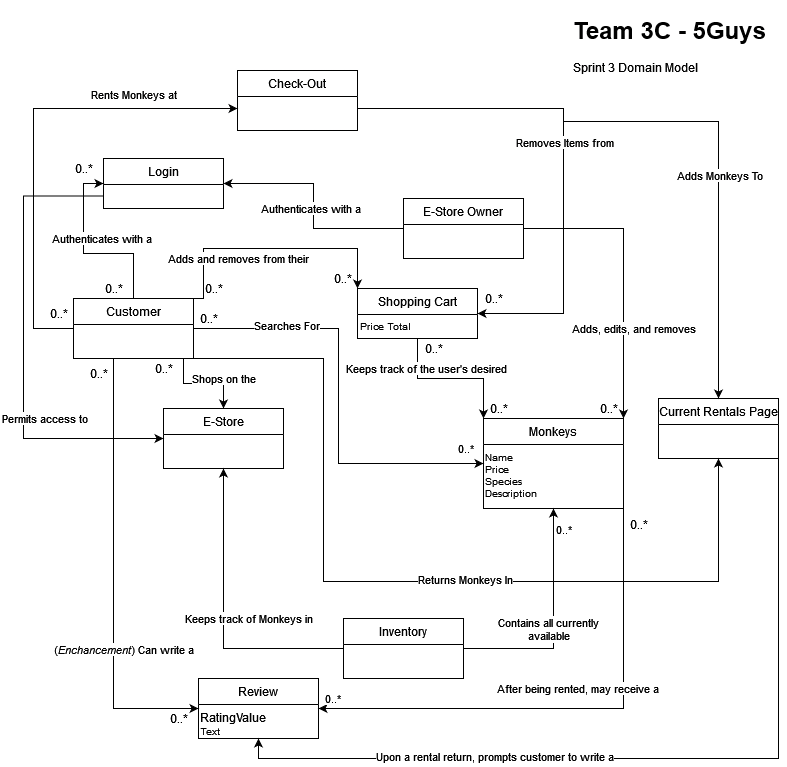
Before: docs/domain-model.png, a diagram exported from draw.io (awb8593/Monkey-Rental-Service). Source tidied: cells renumbered, new cells last; positions are measured from the earlier drawing's top-left corner, leaving out a move shared by most shapes.
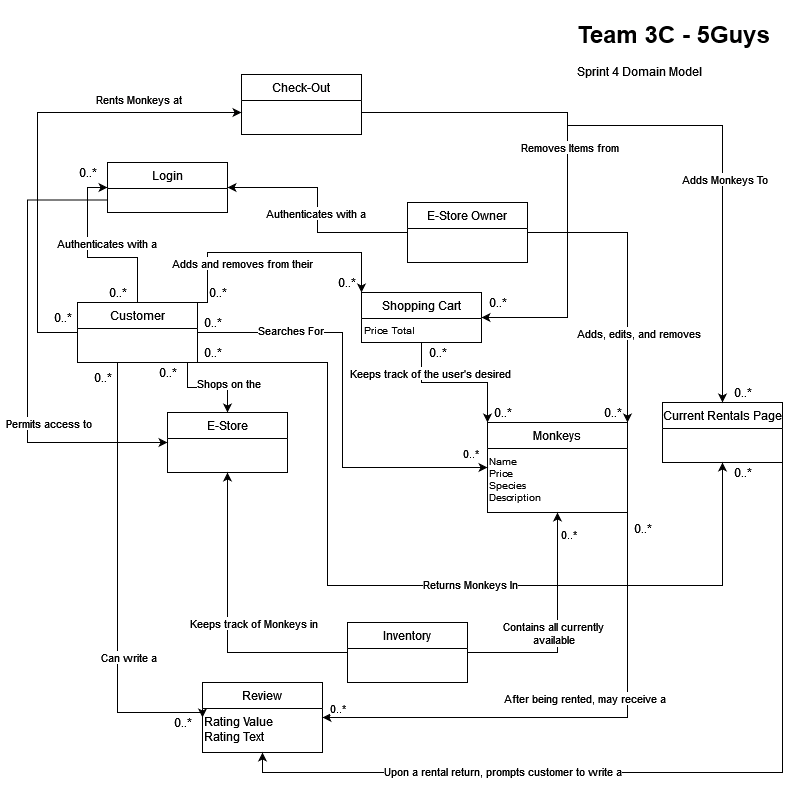
After the change.

Commit message:
Updated Domain Model Image

The edit, as a diff of the source:
```diff
@@ -127,7 +127,7 @@
         </Array>
       </mxGeometry>
     </mxCell>
-    <mxCell id="28" value="(&lt;i&gt;Enchancement&lt;/i&gt;) Can write a" style="edgeLabel;html=1;align=center;verticalAlign=middle;" parent="27" vertex="1">
+    <mxCell id="28" value="Can write a" style="edgeLabel;html=1;align=center;verticalAlign=middle;" parent="27" vertex="1">
       <mxGeometry x="0.47" y="5" relative="1" as="geometry">
         <mxPoint x="5" y="-19" as="offset" />
       </mxGeometry>
@@ -201,12 +201,12 @@
       <mxGeometry x="214" y="60" width="120" height="60" as="geometry" />
     </mxCell>
     <mxCell id="44" value="Review" style="swimlane;fontStyle=0;align=center;verticalAlign=top;horizontal=1;startSize=26;rounded=0;shadow=0;strokeWidth=1;" parent="1" vertex="1">
-      <mxGeometry x="175" y="668" width="120" height="60" as="geometry" />
+      <mxGeometry x="175" y="668" width="120" height="70" as="geometry" />
     </mxCell>
-    <mxCell id="45" value="RatingValue&lt;div style=&quot;font-size: 10px&quot;&gt;&lt;font style=&quot;font-size: 10px&quot;&gt;Text&lt;/font&gt;&lt;br&gt;&lt;/div&gt;" style="text;whiteSpace=wrap;html=1;" parent="44" vertex="1">
-      <mxGeometry y="26" width="120" height="34" as="geometry" />
+    <mxCell id="45" value="&lt;div&gt;Rating Value&lt;/div&gt;&lt;div&gt;Rating Text&lt;br&gt;&lt;/div&gt;" style="text;whiteSpace=wrap;html=1;" parent="44" vertex="1">
+      <mxGeometry y="26" width="120" height="44" as="geometry" />
     </mxCell>
-    <mxCell id="46" value="&lt;h1&gt;Team 3C - 5Guys&lt;br&gt;&lt;/h1&gt;&lt;p&gt;Sprint 3 Domain Model&lt;br&gt;&lt;/p&gt;" style="text;html=1;strokeColor=none;fillColor=none;spacing=5;spacingTop=-20;whiteSpace=wrap;overflow=hidden;rounded=0;" parent="1" vertex="1">
+    <mxCell id="46" value="&lt;h1&gt;Team 3C - 5Guys&lt;br&gt;&lt;/h1&gt;&lt;p&gt;Sprint 4 Domain Model&lt;br&gt;&lt;/p&gt;" style="text;html=1;strokeColor=none;fillColor=none;spacing=5;spacingTop=-20;whiteSpace=wrap;overflow=hidden;rounded=0;" parent="1" vertex="1">
       <mxGeometry x="545" width="210" height="120" as="geometry" />
     </mxCell>
     <mxCell id="47" value="0..*" style="text;html=1;align=center;verticalAlign=middle;strokeColor=none;fillColor=none;" parent="1" vertex="1">
@@ -274,5 +274,14 @@
     <mxCell id="66" value="Adds Monkeys To" style="edgeLabel;html=1;align=center;verticalAlign=middle;" parent="65" vertex="1">
       <mxGeometry x="-0.04" y="1" relative="1" as="geometry" />
     </mxCell>
+    <mxCell id="67" value="0..*" style="text;html=1;align=center;verticalAlign=middle;strokeColor=none;fillColor=none;" parent="1" vertex="1">
+      <mxGeometry x="170" y="328" width="30" height="20" as="geometry" />
+    </mxCell>
+    <mxCell id="68" value="0..*" style="text;html=1;align=center;verticalAlign=middle;strokeColor=none;fillColor=none;" parent="1" vertex="1">
+      <mxGeometry x="700" y="448" width="30" height="20" as="geometry" />
+    </mxCell>
+    <mxCell id="69" value="0..*" style="text;html=1;align=center;verticalAlign=middle;strokeColor=none;fillColor=none;" parent="1" vertex="1">
+      <mxGeometry x="700" y="368" width="30" height="20" as="geometry" />
+    </mxCell>
   </root>
 </mxGraphModel>
```
